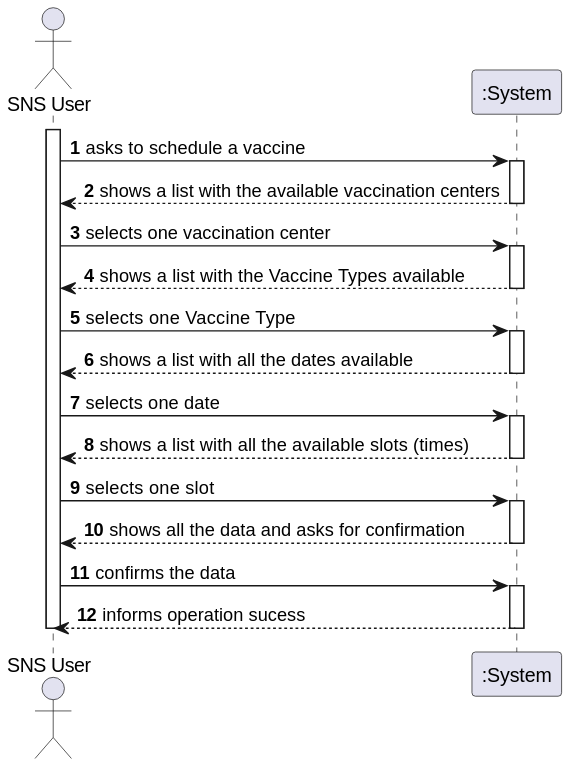
The PlantUML diagram docs/SprintC/US001/US001_SSD.svg in Pirussa/lei-22-s2-1da-g02, before a commit.
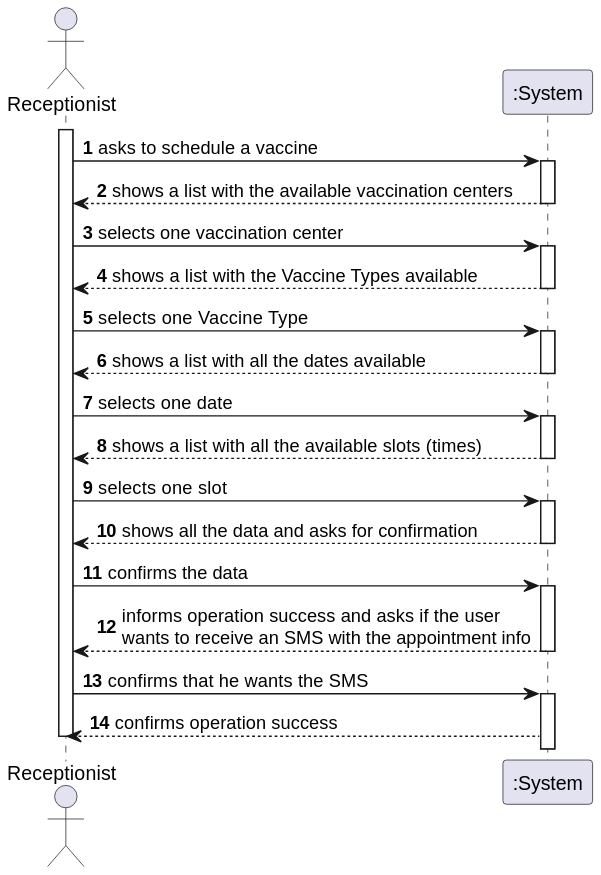
Above is the later version.

Commit message:
US001 & US002 - Design - SSD Updated | SD Rework US001 & US002 - Implementation - Refactoring just so the code and the diagrams are coherent

Change to the diagram source:
```diff
@@ -1,49 +1,51 @@
 @startuml
 
 autonumber
-actor "SNS User" as U
+actor "Receptionist" as R
 
-activate U
-U -> ":System" : asks to schedule a vaccine
-
+activate R
+R -> ":System" : asks to schedule a vaccine
 
 activate ":System"
-":System" --> U : shows a list with the available vaccination centers
+":System" --> R : shows a list with the available vaccination centers
 deactivate ":System"
-U -> ":System" : selects one vaccination center
+R -> ":System" : selects one vaccination center
 
 activate ":System"
 
- ":System" --> U : shows a list with the Vaccine Types available
+ ":System" --> R : shows a list with the Vaccine Types available
 
 deactivate ":System"
 
-U -> ":System" : selects one Vaccine Type
+R -> ":System" : selects one Vaccine Type
 activate ":System"
 
-":System" --> U : shows a list with all the dates available
+":System" --> R : shows a list with all the dates available
 deactivate ":System"
 
-U -> ":System" : selects one date
+R -> ":System" : selects one date
 
 activate ":System"
-":System" --> U : shows a list with all the available slots (times)
+":System" --> R : shows a list with all the available slots (times)
 deactivate ":System"
 
-U -> ":System" : selects one slot
+R -> ":System" : selects one slot
 
 
 activate ":System"
 
-":System" --> U : shows all the data and asks for confirmation
+":System" --> R : shows all the data and asks for confirmation
 deactivate ":System"
 
-U -> ":System" : confirms the data
+R -> ":System" : confirms the data
 
 activate ":System"
-":System" --> U : informs operation sucess
+":System" --> R : informs operation success and asks if the user\nwants to receive an SMS with the appointment info
+deactivate ":System"
+R -> ":System" : confirms that he wants the SMS
+activate ":System"
+":System" ---> R : confirms operation success
 
-deactivate ":System"
-deactivate U
+deactivate R
 
 @enduml
```
